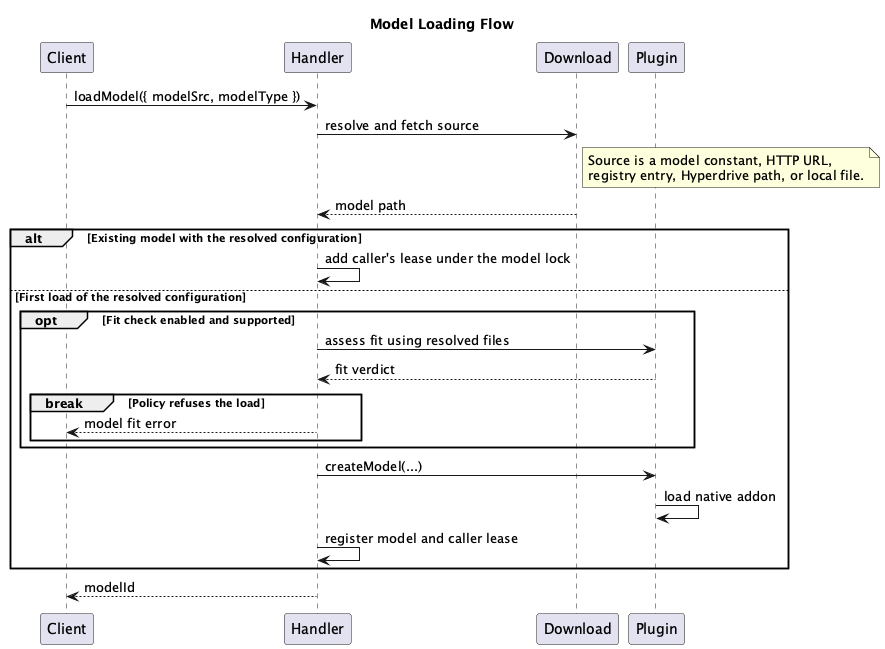
This is docs/architecture/puml/images/08-model-loading-flow.png from tetherto/qvac, a PlantUML export, as it was before one commit.
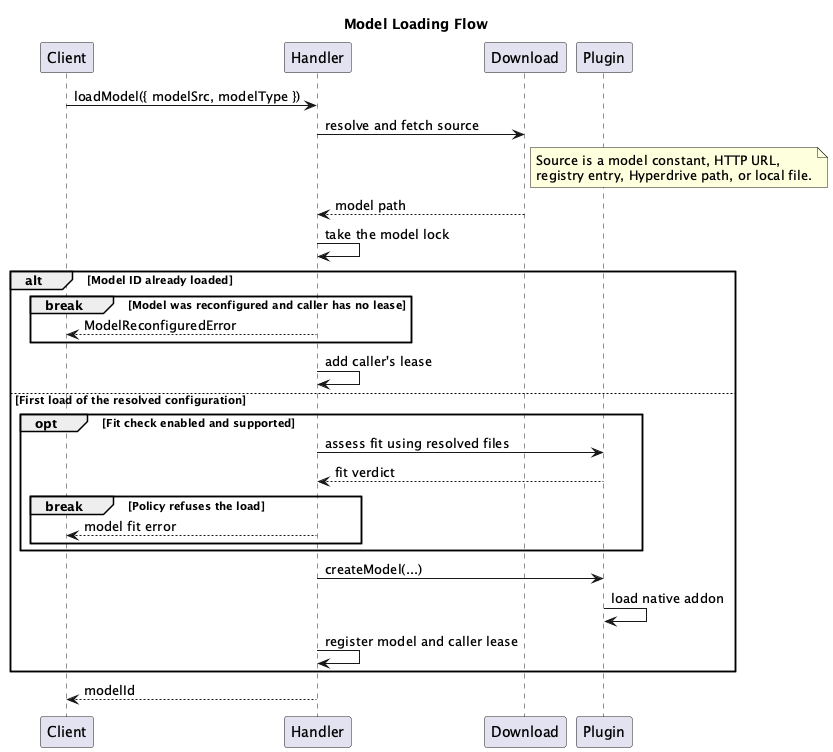
After the commit.

Diff of the diagram source:
```diff
@@ -15,8 +15,12 @@
 end note
 
 Download --> Handler : model path
-alt Existing model with the resolved configuration
-    Handler -> Handler : add caller's lease under the model lock
+Handler -> Handler : take the model lock
+alt Model ID already loaded
+    break Model was reconfigured and caller has no lease
+        Handler --> Client : ModelReconfiguredError
+    end
+    Handler -> Handler : add caller's lease
 else First load of the resolved configuration
     opt Fit check enabled and supported
         Handler -> Plugin : assess fit using resolved files
```
